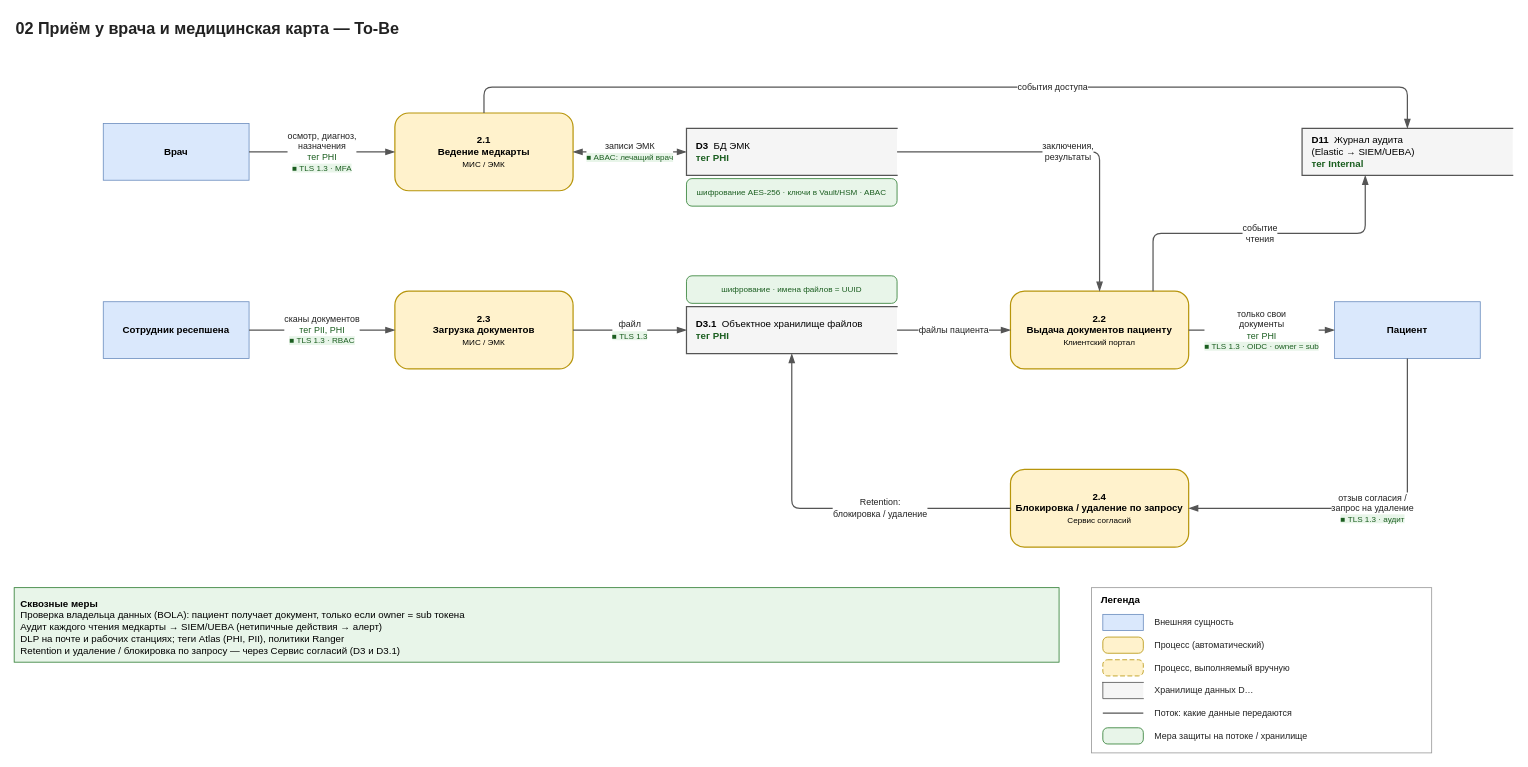
Before: page "To-Be" (2 of 2) of Task1/dfd/02-priem-medkarta.drawio in iudanet/architecture-medikamente, a draw.io diagram. Source tidied: cells renumbered, new cells numbered last; positions are measured from the earlier drawing's top-left corner, leaving out a move shared by most shapes. Both pictures are drawn from the tidied source at 81%, with x=0, y=0 at pixel (14, 14).
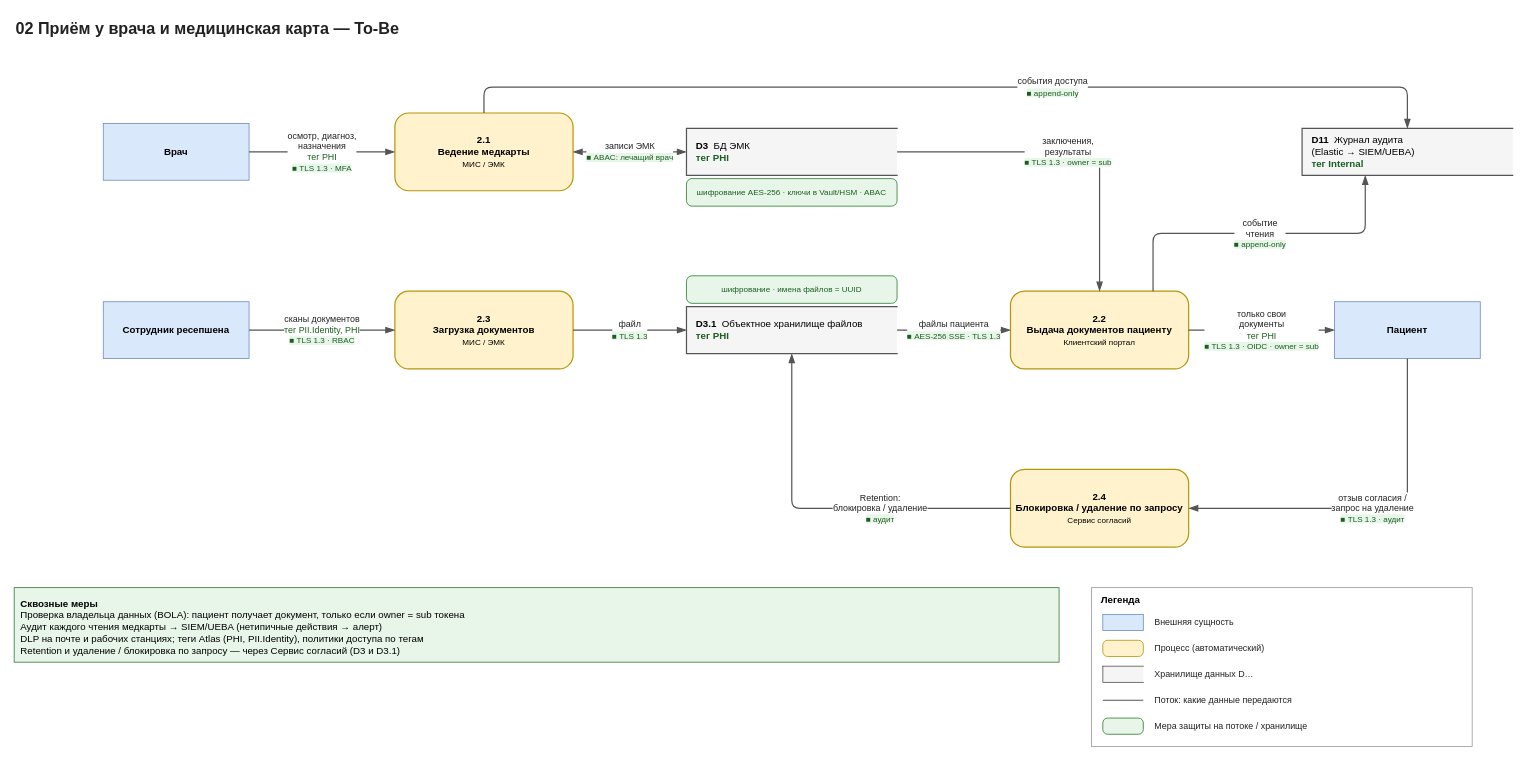
Above is the later version.

The change refers to these unchanged cells:
```xml
<mxCell id="4" value="&lt;b&gt;2.1&lt;/b&gt;&lt;br&gt;&lt;b&gt;Ведение медкарты&lt;/b&gt;&lt;br&gt;&lt;span style=&quot;font-size:10px&quot;&gt;МИС / ЭМК&lt;/span&gt;" style="rounded=1;arcSize=18;whiteSpace=wrap;html=1;fillColor=#FFF2CC;strokeColor=#B7950B;strokeWidth=1.5;fontSize=12;spacing=4;" parent="1" vertex="1">
  <mxGeometry x="470" y="122" width="220" height="96" as="geometry" />
</mxCell>
<mxCell id="5" value="&lt;b&gt;D3&lt;/b&gt;&amp;nbsp;&amp;nbsp;БД ЭМК&lt;br&gt;&lt;font color=&quot;#1B5E20&quot;&gt;&lt;b&gt;тег PHI&lt;/b&gt;&lt;/font&gt;" style="shape=partialRectangle;right=0;whiteSpace=wrap;html=1;fillColor=#F5F5F5;strokeColor=#555555;strokeWidth=1.5;fontSize=12;align=left;spacingLeft=10;" parent="1" vertex="1">
  <mxGeometry x="830" y="141" width="260" height="58" as="geometry" />
</mxCell>
<mxCell id="7" value="&lt;b&gt;D11&lt;/b&gt;&amp;nbsp;&amp;nbsp;Журнал аудита&lt;br&gt;(Elastic → SIEM/UEBA)&lt;br&gt;&lt;font color=&quot;#1B5E20&quot;&gt;&lt;b&gt;тег Internal&lt;/b&gt;&lt;/font&gt;" style="shape=partialRectangle;right=0;whiteSpace=wrap;html=1;fillColor=#F5F5F5;strokeColor=#555555;strokeWidth=1.5;fontSize=12;align=left;spacingLeft=10;" parent="1" vertex="1">
  <mxGeometry x="1590" y="141" width="260" height="58" as="geometry" />
</mxCell>
<mxCell id="8" value="&lt;b&gt;Сотрудник ресепшена&lt;/b&gt;" style="rounded=0;whiteSpace=wrap;html=1;fillColor=#DAE8FC;strokeColor=#6C8EBF;fontSize=12;spacing=4;" parent="1" vertex="1">
  <mxGeometry x="110" y="355" width="180" height="70" as="geometry" />
</mxCell>
<mxCell id="9" value="&lt;b&gt;2.3&lt;/b&gt;&lt;br&gt;&lt;b&gt;Загрузка документов&lt;/b&gt;&lt;br&gt;&lt;span style=&quot;font-size:10px&quot;&gt;МИС / ЭМК&lt;/span&gt;" style="rounded=1;arcSize=18;whiteSpace=wrap;html=1;fillColor=#FFF2CC;strokeColor=#B7950B;strokeWidth=1.5;fontSize=12;spacing=4;" parent="1" vertex="1">
  <mxGeometry x="470" y="342" width="220" height="96" as="geometry" />
</mxCell>
<mxCell id="10" value="&lt;b&gt;D3.1&lt;/b&gt;&amp;nbsp;&amp;nbsp;Объектное хранилище файлов&lt;br&gt;&lt;font color=&quot;#1B5E20&quot;&gt;&lt;b&gt;тег PHI&lt;/b&gt;&lt;/font&gt;" style="shape=partialRectangle;right=0;whiteSpace=wrap;html=1;fillColor=#F5F5F5;strokeColor=#555555;strokeWidth=1.5;fontSize=12;align=left;spacingLeft=10;" parent="1" vertex="1">
  <mxGeometry x="830" y="361" width="260" height="58" as="geometry" />
</mxCell>
<mxCell id="12" value="&lt;b&gt;2.2&lt;/b&gt;&lt;br&gt;&lt;b&gt;Выдача документов пациенту&lt;/b&gt;&lt;br&gt;&lt;span style=&quot;font-size:10px&quot;&gt;Клиентский портал&lt;/span&gt;" style="rounded=1;arcSize=18;whiteSpace=wrap;html=1;fillColor=#FFF2CC;strokeColor=#B7950B;strokeWidth=1.5;fontSize=12;spacing=4;" parent="1" vertex="1">
  <mxGeometry x="1230" y="342" width="220" height="96" as="geometry" />
</mxCell>
<mxCell id="14" value="&lt;b&gt;2.4&lt;/b&gt;&lt;br&gt;&lt;b&gt;Блокировка / удаление по запросу&lt;/b&gt;&lt;br&gt;&lt;span style=&quot;font-size:10px&quot;&gt;Сервис согласий&lt;/span&gt;" style="rounded=1;arcSize=18;whiteSpace=wrap;html=1;fillColor=#FFF2CC;strokeColor=#B7950B;strokeWidth=1.5;fontSize=12;spacing=4;" parent="1" vertex="1">
  <mxGeometry x="1230" y="562" width="220" height="96" as="geometry" />
</mxCell>
```

What changed in the source:
```diff
@@
-    <mxCell id="17" value="события доступа" style="edgeStyle=orthogonalEdgeStyle;rounded=1;html=1;endArrow=blockThin;endFill=1;endSize=8;strokeColor=#555555;strokeWidth=1.5;fontSize=11;fontColor=#222222;labelBackgroundColor=#FFFFFF;jumpStyle=arc;jumpSize=10;exitX=0.5;exitY=0;exitDx=0;exitDy=0;entryX=0.5;entryY=0;entryDx=0;entryDy=0;" parent="1" edge="1" source="4" target="7">
+    <mxCell id="17" value="события доступа&lt;br&gt;&lt;span style=&quot;color:#1B5E20;background-color:#E8F5E9;font-size:10px;&quot;&gt;&amp;#9632; append-only&lt;/span&gt;" style="edgeStyle=orthogonalEdgeStyle;rounded=1;html=1;endArrow=blockThin;endFill=1;endSize=8;strokeColor=#555555;strokeWidth=1.5;fontSize=11;fontColor=#222222;labelBackgroundColor=#FFFFFF;jumpStyle=arc;jumpSize=10;exitX=0.5;exitY=0;exitDx=0;exitDy=0;entryX=0.5;entryY=0;entryDx=0;entryDy=0;" parent="1" edge="1" source="4" target="7">
       <mxGeometry x="0.2" relative="1" as="geometry">
         <Array as="points">
           <mxPoint x="580" y="90" />
           <mxPoint x="1720" y="90" />
         </Array>
       </mxGeometry>
     </mxCell>
-    <mxCell id="18" value="сканы документов&lt;br&gt;&lt;font color=&quot;#1B5E20&quot;&gt;тег PII, PHI&lt;/font&gt;&lt;br&gt;&lt;span style=&quot;color:#1B5E20;background-color:#E8F5E9;font-size:10px;&quot;&gt;&amp;#9632; TLS 1.3 · RBAC&lt;/span&gt;" style="edgeStyle=orthogonalEdgeStyle;rounded=1;html=1;endArrow=blockThin;endFill=1;endSize=8;strokeColor=#555555;strokeWidth=1.5;fontSize=11;fontColor=#222222;labelBackgroundColor=#FFFFFF;jumpStyle=arc;jumpSize=10;" parent="1" edge="1" source="8" target="9">
+    <mxCell id="18" value="сканы документов&lt;br&gt;&lt;font color=&quot;#1B5E20&quot;&gt;тег PII.Identity, PHI&lt;/font&gt;&lt;br&gt;&lt;span style=&quot;color:#1B5E20;background-color:#E8F5E9;font-size:10px;&quot;&gt;&amp;#9632; TLS 1.3 · RBAC&lt;/span&gt;" style="edgeStyle=orthogonalEdgeStyle;rounded=1;html=1;endArrow=blockThin;endFill=1;endSize=8;strokeColor=#555555;strokeWidth=1.5;fontSize=11;fontColor=#222222;labelBackgroundColor=#FFFFFF;jumpStyle=arc;jumpSize=10;" parent="1" edge="1" source="8" target="9">
       <mxGeometry relative="1" as="geometry" />
     </mxCell>
@@
-    <mxCell id="20" value="заключения,&lt;br&gt;результаты" style="edgeStyle=orthogonalEdgeStyle;rounded=1;html=1;endArrow=blockThin;endFill=1;endSize=8;strokeColor=#555555;strokeWidth=1.5;fontSize=11;fontColor=#222222;labelBackgroundColor=#FFFFFF;jumpStyle=arc;jumpSize=10;exitX=1;exitY=0.5;exitDx=0;exitDy=0;entryX=0.5;entryY=0;entryDx=0;entryDy=0;" parent="1" edge="1" source="5" target="12">
+    <mxCell id="20" value="заключения,&lt;br&gt;результаты&lt;br&gt;&lt;span style=&quot;color:#1B5E20;background-color:#E8F5E9;font-size:10px;&quot;&gt;&amp;#9632; TLS 1.3 · owner = sub&lt;/span&gt;" style="edgeStyle=orthogonalEdgeStyle;rounded=1;html=1;endArrow=blockThin;endFill=1;endSize=8;strokeColor=#555555;strokeWidth=1.5;fontSize=11;fontColor=#222222;labelBackgroundColor=#FFFFFF;jumpStyle=arc;jumpSize=10;exitX=1;exitY=0.5;exitDx=0;exitDy=0;entryX=0.5;entryY=0;entryDx=0;entryDy=0;" parent="1" edge="1" source="5" target="12">
       <mxGeometry relative="1" as="geometry" />
     </mxCell>
-    <mxCell id="21" value="файлы пациента" style="edgeStyle=orthogonalEdgeStyle;rounded=1;html=1;endArrow=blockThin;endFill=1;endSize=8;strokeColor=#555555;strokeWidth=1.5;fontSize=11;fontColor=#222222;labelBackgroundColor=#FFFFFF;jumpStyle=arc;jumpSize=10;" parent="1" edge="1" source="10" target="12">
+    <mxCell id="21" value="файлы пациента&lt;br&gt;&lt;span style=&quot;color:#1B5E20;background-color:#E8F5E9;font-size:10px;&quot;&gt;&amp;#9632; AES-256 SSE · TLS 1.3&lt;/span&gt;" style="edgeStyle=orthogonalEdgeStyle;rounded=1;html=1;endArrow=blockThin;endFill=1;endSize=8;strokeColor=#555555;strokeWidth=1.5;fontSize=11;fontColor=#222222;labelBackgroundColor=#FFFFFF;jumpStyle=arc;jumpSize=10;" parent="1" edge="1" source="10" target="12">
       <mxGeometry relative="1" as="geometry" />
     </mxCell>
-    <mxCell id="22" value="событие&lt;br&gt;чтения" style="edgeStyle=orthogonalEdgeStyle;rounded=1;html=1;endArrow=blockThin;endFill=1;endSize=8;strokeColor=#555555;strokeWidth=1.5;fontSize=11;fontColor=#222222;labelBackgroundColor=#FFFFFF;jumpStyle=arc;jumpSize=10;exitX=0.8;exitY=0;exitDx=0;exitDy=0;entryX=0.3;entryY=1;entryDx=0;entryDy=0;" parent="1" edge="1" source="12" target="7">
+    <mxCell id="22" value="событие&lt;br&gt;чтения&lt;br&gt;&lt;span style=&quot;color:#1B5E20;background-color:#E8F5E9;font-size:10px;&quot;&gt;&amp;#9632; append-only&lt;/span&gt;" style="edgeStyle=orthogonalEdgeStyle;rounded=1;html=1;endArrow=blockThin;endFill=1;endSize=8;strokeColor=#555555;strokeWidth=1.5;fontSize=11;fontColor=#222222;labelBackgroundColor=#FFFFFF;jumpStyle=arc;jumpSize=10;exitX=0.8;exitY=0;exitDx=0;exitDy=0;entryX=0.3;entryY=1;entryDx=0;entryDy=0;" parent="1" edge="1" source="12" target="7">
       <mxGeometry relative="1" as="geometry" />
     </mxCell>
@@
-    <mxCell id="25" value="Retention:&lt;br&gt;блокировка / удаление" style="edgeStyle=orthogonalEdgeStyle;rounded=1;html=1;endArrow=blockThin;endFill=1;endSize=8;strokeColor=#555555;strokeWidth=1.5;fontSize=11;fontColor=#222222;labelBackgroundColor=#FFFFFF;jumpStyle=arc;jumpSize=10;exitX=0;exitY=0.5;exitDx=0;exitDy=0;entryX=0.5;entryY=1;entryDx=0;entryDy=0;" parent="1" edge="1" source="14" target="10">
+    <mxCell id="25" value="Retention:&lt;br&gt;блокировка / удаление&lt;br&gt;&lt;span style=&quot;color:#1B5E20;background-color:#E8F5E9;font-size:10px;&quot;&gt;&amp;#9632; аудит&lt;/span&gt;" style="edgeStyle=orthogonalEdgeStyle;rounded=1;html=1;endArrow=blockThin;endFill=1;endSize=8;strokeColor=#555555;strokeWidth=1.5;fontSize=11;fontColor=#222222;labelBackgroundColor=#FFFFFF;jumpStyle=arc;jumpSize=10;exitX=0;exitY=0.5;exitDx=0;exitDy=0;entryX=0.5;entryY=1;entryDx=0;entryDy=0;" parent="1" edge="1" source="14" target="10">
       <mxGeometry x="-0.3" relative="1" as="geometry">
         <Array as="points">
           <mxPoint x="960" y="610" />
         </Array>
       </mxGeometry>
     </mxCell>
-    <mxCell id="26" value="&lt;b&gt;Сквозные меры&lt;/b&gt;&lt;br&gt;Проверка владельца данных (BOLA): пациент получает документ, только если owner = sub токена&lt;br&gt;Аудит каждого чтения медкарты → SIEM/UEBA (нетипичные действия → алерт)&lt;br&gt;DLP на почте и рабочих станциях; теги Atlas (PHI, PII), политики Ranger&lt;br&gt;Retention и удаление / блокировка по запросу — через Сервис согласий (D3 и D3.1)" style="rounded=0;whiteSpace=wrap;html=1;fillColor=#E8F5E9;strokeColor=#2E7D32;fontSize=12;align=left;verticalAlign=top;spacing=8;" parent="1" vertex="1">
+    <mxCell id="26" value="&lt;b&gt;Сквозные меры&lt;/b&gt;&lt;br&gt;Проверка владельца данных (BOLA): пациент получает документ, только если owner = sub токена&lt;br&gt;Аудит каждого чтения медкарты → SIEM/UEBA (нетипичные действия → алерт)&lt;br&gt;DLP на почте и рабочих станциях; теги Atlas (PHI, PII.Identity), политики доступа по тегам&lt;br&gt;Retention и удаление / блокировка по запросу — через Сервис согласий (D3 и D3.1)" style="rounded=0;whiteSpace=wrap;html=1;fillColor=#E8F5E9;strokeColor=#2E7D32;fontSize=12;align=left;verticalAlign=top;spacing=8;" parent="1" vertex="1">
       <mxGeometry y="708" width="1290" height="92" as="geometry" />
     </mxCell>
     <mxCell id="27" value="&lt;b&gt;Легенда&lt;/b&gt;" style="rounded=0;whiteSpace=wrap;html=1;fillColor=#FFFFFF;strokeColor=#999999;align=left;verticalAlign=top;spacingLeft=10;spacingTop=2;fontSize=12;" parent="1" vertex="1">
-      <mxGeometry x="1330" y="708" width="420" height="204" as="geometry" />
+      <mxGeometry x="1330" y="708" width="470" height="196" as="geometry" />
     </mxCell>
@@
     <mxCell id="29" value="Внешняя сущность" style="text;html=1;whiteSpace=wrap;align=left;verticalAlign=middle;fontSize=11;fontColor=#222222;" parent="1" vertex="1">
-      <mxGeometry x="1406" y="738" width="336" height="26" as="geometry" />
+      <mxGeometry x="1406" y="736" width="386" height="30" as="geometry" />
     </mxCell>
     <mxCell id="30" style="rounded=1;arcSize=30;html=1;fillColor=#FFF2CC;strokeColor=#B7950B;" parent="1" vertex="1">
-      <mxGeometry x="1344" y="769" width="50" height="20" as="geometry" />
+      <mxGeometry x="1344" y="773" width="50" height="20" as="geometry" />
     </mxCell>
     <mxCell id="31" value="Процесс (автоматический)" style="text;html=1;whiteSpace=wrap;align=left;verticalAlign=middle;fontSize=11;fontColor=#222222;" parent="1" vertex="1">
-      <mxGeometry x="1406" y="766" width="336" height="26" as="geometry" />
+      <mxGeometry x="1406" y="768" width="386" height="30" as="geometry" />
     </mxCell>
-    <mxCell id="32" style="rounded=1;arcSize=30;html=1;fillColor=#FFF2CC;strokeColor=#B7950B;dashed=1;dashPattern=6 3;" parent="1" vertex="1">
-      <mxGeometry x="1344" y="797" width="50" height="20" as="geometry" />
+    <mxCell id="32" style="shape=partialRectangle;right=0;html=1;fillColor=#F5F5F5;strokeColor=#555555;" parent="1" vertex="1">
+      <mxGeometry x="1344" y="805" width="50" height="20" as="geometry" />
     </mxCell>
-    <mxCell id="33" value="Процесс, выполняемый вручную" style="text;html=1;whiteSpace=wrap;align=left;verticalAlign=middle;fontSize=11;fontColor=#222222;" parent="1" vertex="1">
-      <mxGeometry x="1406" y="794" width="336" height="26" as="geometry" />
+    <mxCell id="33" value="Хранилище данных D…" style="text;html=1;whiteSpace=wrap;align=left;verticalAlign=middle;fontSize=11;fontColor=#222222;" parent="1" vertex="1">
+      <mxGeometry x="1406" y="800" width="386" height="30" as="geometry" />
     </mxCell>
-    <mxCell id="34" style="shape=partialRectangle;right=0;html=1;fillColor=#F5F5F5;strokeColor=#555555;" parent="1" vertex="1">
-      <mxGeometry x="1344" y="825" width="50" height="20" as="geometry" />
+    <mxCell id="34" style="shape=line;html=1;strokeColor=#555555;strokeWidth=1.5;" parent="1" vertex="1">
+      <mxGeometry x="1344" y="841" width="50" height="12" as="geometry" />
     </mxCell>
-    <mxCell id="35" value="Хранилище данных D…" style="text;html=1;whiteSpace=wrap;align=left;verticalAlign=middle;fontSize=11;fontColor=#222222;" parent="1" vertex="1">
-      <mxGeometry x="1406" y="822" width="336" height="26" as="geometry" />
+    <mxCell id="35" value="Поток: какие данные передаются" style="text;html=1;whiteSpace=wrap;align=left;verticalAlign=middle;fontSize=11;fontColor=#222222;" parent="1" vertex="1">
+      <mxGeometry x="1406" y="832" width="386" height="30" as="geometry" />
     </mxCell>
-    <mxCell id="36" style="shape=line;html=1;strokeColor=#555555;strokeWidth=1.5;" parent="1" vertex="1">
-      <mxGeometry x="1344" y="857" width="50" height="12" as="geometry" />
+    <mxCell id="36" style="rounded=1;arcSize=30;html=1;fillColor=#E8F5E9;strokeColor=#2E7D32;" parent="1" vertex="1">
+      <mxGeometry x="1344" y="869" width="50" height="20" as="geometry" />
     </mxCell>
-    <mxCell id="37" value="Поток: какие данные передаются" style="text;html=1;whiteSpace=wrap;align=left;verticalAlign=middle;fontSize=11;fontColor=#222222;" parent="1" vertex="1">
-      <mxGeometry x="1406" y="850" width="336" height="26" as="geometry" />
+    <mxCell id="37" value="Мера защиты на потоке / хранилище" style="text;html=1;whiteSpace=wrap;align=left;verticalAlign=middle;fontSize=11;fontColor=#222222;" parent="1" vertex="1">
+      <mxGeometry x="1406" y="864" width="386" height="30" as="geometry" />
     </mxCell>
-    <mxCell id="38" style="rounded=1;arcSize=30;html=1;fillColor=#E8F5E9;strokeColor=#2E7D32;" parent="1" vertex="1">
-      <mxGeometry x="1344" y="881" width="50" height="20" as="geometry" />
-    </mxCell>
-    <mxCell id="39" value="Мера защиты на потоке / хранилище" style="text;html=1;whiteSpace=wrap;align=left;verticalAlign=middle;fontSize=11;fontColor=#222222;" parent="1" vertex="1">
-      <mxGeometry x="1406" y="878" width="336" height="26" as="geometry" />
-    </mxCell>
```
